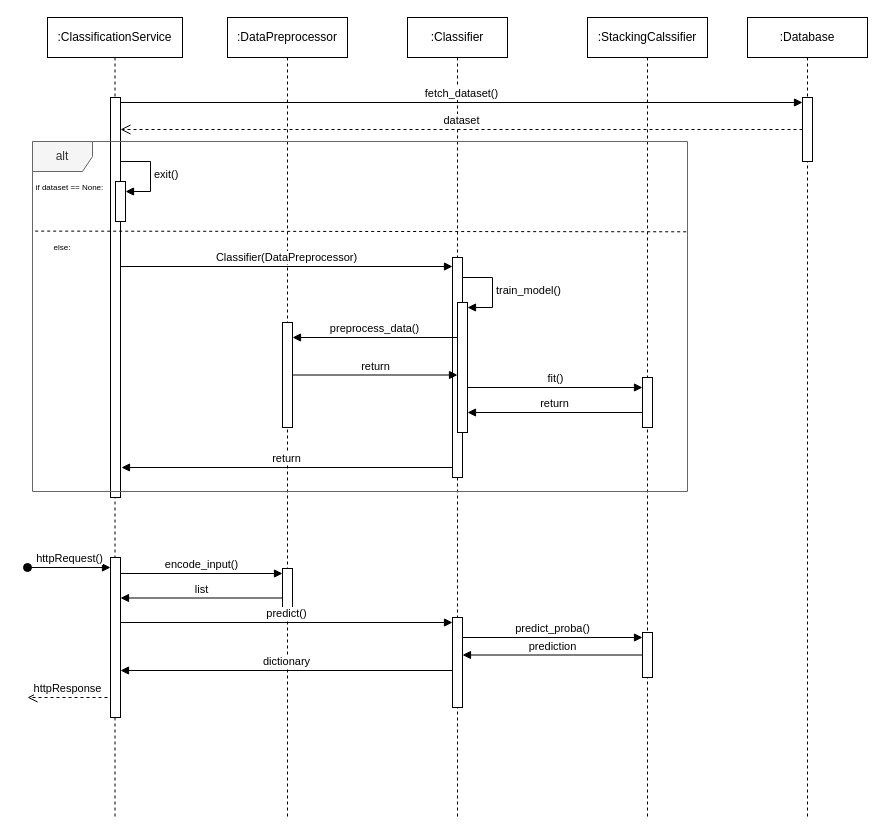
Before: page "Classification" (3 of 5) of diagrams/SequenceDiagram.drawio in hollepat/VirtualDoctor_, a draw.io diagram. Source tidied: cells renumbered, new cells numbered last; positions are measured from the earlier drawing's top-left corner, leaving out a move shared by most shapes. Both pictures are drawn from the tidied source at 100%, with x=0, y=0 at pixel (27, 17).
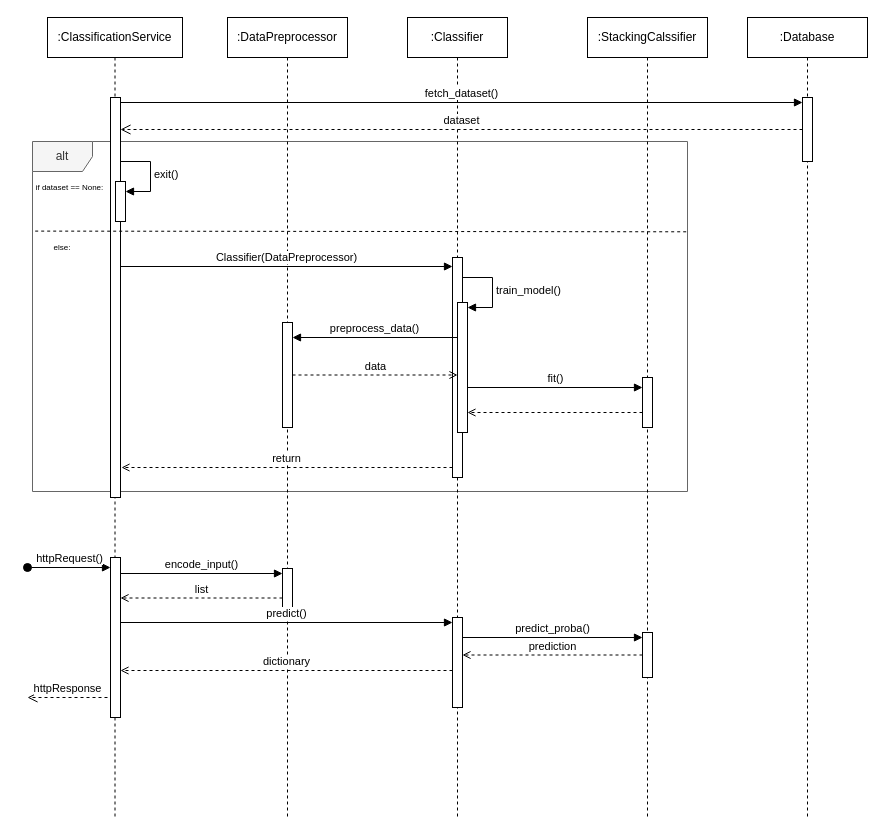
The same page after the edit.

The change refers to these unchanged cells:
```xml
<mxCell id="8" style="html=1;points=[[0,0,0,0,5],[0,1,0,0,-5],[1,0,0,0,5],[1,1,0,0,-5]];perimeter=orthogonalPerimeter;outlineConnect=0;targetShapes=umlLifeline;portConstraint=eastwest;newEdgeStyle={&quot;curved&quot;:0,&quot;rounded&quot;:0};" parent="7" vertex="1">
  <mxGeometry x="55" y="305" width="10" height="105" as="geometry" />
</mxCell>
<mxCell id="11" style="html=1;points=[[0,0,0,0,5],[0,1,0,0,-5],[1,0,0,0,5],[1,1,0,0,-5]];perimeter=orthogonalPerimeter;outlineConnect=0;targetShapes=umlLifeline;portConstraint=eastwest;newEdgeStyle={&quot;curved&quot;:0,&quot;rounded&quot;:0};" parent="10" vertex="1">
  <mxGeometry x="45" y="240" width="10" height="220" as="geometry" />
</mxCell>
<mxCell id="12" style="html=1;points=[[0,0,0,0,5],[0,1,0,0,-5],[1,0,0,0,5],[1,1,0,0,-5]];perimeter=orthogonalPerimeter;outlineConnect=0;targetShapes=umlLifeline;portConstraint=eastwest;newEdgeStyle={&quot;curved&quot;:0,&quot;rounded&quot;:0};" parent="10" vertex="1">
  <mxGeometry x="50" y="285" width="10" height="130" as="geometry" />
</mxCell>
<mxCell id="14" style="html=1;points=[[0,0,0,0,5],[0,1,0,0,-5],[1,0,0,0,5],[1,1,0,0,-5]];perimeter=orthogonalPerimeter;outlineConnect=0;targetShapes=umlLifeline;portConstraint=eastwest;newEdgeStyle={&quot;curved&quot;:0,&quot;rounded&quot;:0};" parent="10" vertex="1">
  <mxGeometry x="45" y="600" width="10" height="90" as="geometry" />
</mxCell>
<mxCell id="20" style="html=1;points=[[0,0,0,0,5],[0,1,0,0,-5],[1,0,0,0,5],[1,1,0,0,-5]];perimeter=orthogonalPerimeter;outlineConnect=0;targetShapes=umlLifeline;portConstraint=eastwest;newEdgeStyle={&quot;curved&quot;:0,&quot;rounded&quot;:0};" parent="18" vertex="1">
  <mxGeometry x="55" y="615" width="10" height="45" as="geometry" />
</mxCell>
```

Diff of the diagram source:
```diff
@@
+    <mxCell id="36" value="alt" style="shape=umlFrame;whiteSpace=wrap;html=1;fillColor=#f5f5f5;fontColor=#333333;strokeColor=#666666;" parent="1" vertex="1">
+      <mxGeometry x="5" y="124" width="655" height="350" as="geometry" />
+    </mxCell>
@@
-    <mxCell id="17" value="return" style="html=1;verticalAlign=bottom;endArrow=block;curved=0;rounded=0;" parent="1" edge="1" source="8" target="12">
+    <mxCell id="17" value="data" style="html=1;verticalAlign=bottom;endArrow=open;curved=0;rounded=0;endFill=0;dashed=1;" parent="1" edge="1" source="8" target="12">
       <mxGeometry relative="1" as="geometry" />
     </mxCell>
@@
-    <mxCell id="22" value="return" style="html=1;verticalAlign=bottom;endArrow=block;curved=0;rounded=0;" parent="1" edge="1">
+    <mxCell id="22" style="html=1;verticalAlign=bottom;endArrow=open;curved=0;rounded=0;endFill=0;dashed=1;" parent="1" edge="1">
       <mxGeometry x="0.01" relative="1" as="geometry">
         <mxPoint x="615" y="395" as="sourcePoint" />
         <mxPoint x="440" y="395" as="targetPoint" />
       </mxGeometry>
     </mxCell>
-    <mxCell id="23" value="return" style="html=1;verticalAlign=bottom;endArrow=block;curved=0;rounded=0;" parent="1" edge="1" source="11">
+    <mxCell id="23" value="return" style="html=1;verticalAlign=bottom;endArrow=open;curved=0;rounded=0;endFill=0;dashed=1;" parent="1" edge="1" source="11">
       <mxGeometry relative="1" as="geometry">
         <mxPoint x="94" y="450" as="targetPoint" />
       </mxGeometry>
     </mxCell>
@@
-    <mxCell id="26" value="list" style="html=1;verticalAlign=bottom;endArrow=block;curved=0;rounded=0;" parent="1" edge="1">
+    <mxCell id="26" value="list" style="html=1;verticalAlign=bottom;endArrow=open;curved=0;rounded=0;dashed=1;endFill=0;" parent="1" edge="1">
       <mxGeometry relative="1" as="geometry">
         <mxPoint x="255" y="580.5" as="sourcePoint" />
         <mxPoint x="93" y="580.5" as="targetPoint" />
       </mxGeometry>
     </mxCell>
@@
-    <mxCell id="29" value="prediction" style="html=1;verticalAlign=bottom;endArrow=block;curved=0;rounded=0;" parent="1" edge="1" source="20" target="14">
+    <mxCell id="29" value="prediction" style="html=1;verticalAlign=bottom;endArrow=open;curved=0;rounded=0;dashed=1;endFill=0;" parent="1" edge="1" source="20" target="14">
       <mxGeometry relative="1" as="geometry" />
     </mxCell>
-    <mxCell id="30" value="dictionary" style="html=1;verticalAlign=bottom;endArrow=block;curved=0;rounded=0;" parent="1" edge="1">
+    <mxCell id="30" value="dictionary" style="html=1;verticalAlign=bottom;endArrow=open;curved=0;rounded=0;dashed=1;endFill=0;" parent="1" edge="1">
       <mxGeometry relative="1" as="geometry">
         <mxPoint x="425" y="653" as="sourcePoint" />
         <mxPoint x="93" y="653" as="targetPoint" />
       </mxGeometry>
     </mxCell>
@@
-    <mxCell id="36" value="alt" style="shape=umlFrame;whiteSpace=wrap;html=1;fillColor=#f5f5f5;fontColor=#333333;strokeColor=#666666;" parent="1" vertex="1">
-      <mxGeometry x="5" y="124" width="655" height="350" as="geometry" />
-    </mxCell>
```
